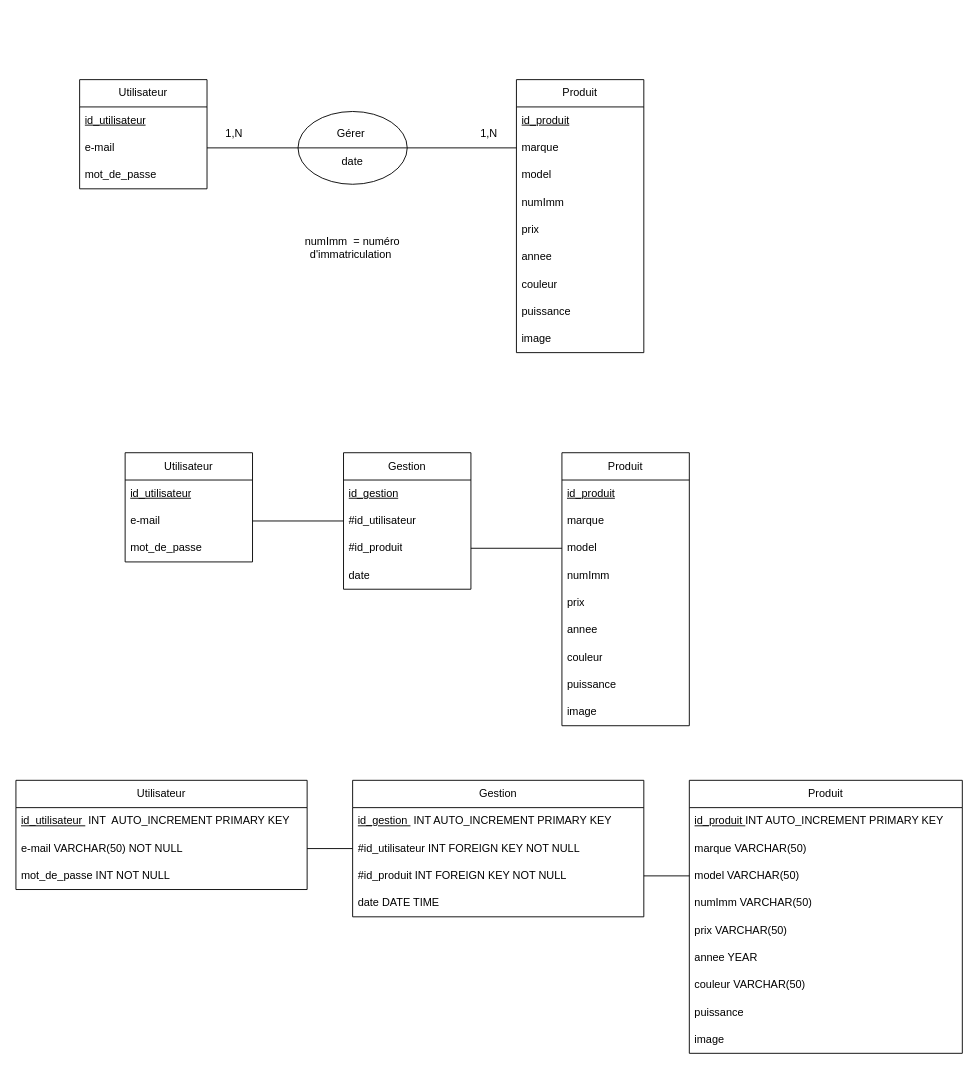
Above: Untitled Diagram.drawio in McleanServices/TROK-AN-NOU-FLUTTER (draw.io), before the change. Source tidied: cells renumbered, new cells numbered last; positions are measured from the earlier drawing's top-left corner, leaving out a move shared by most shapes. Both pictures are drawn from the tidied source at 91%, with x=0, y=0 at pixel (15, 79).
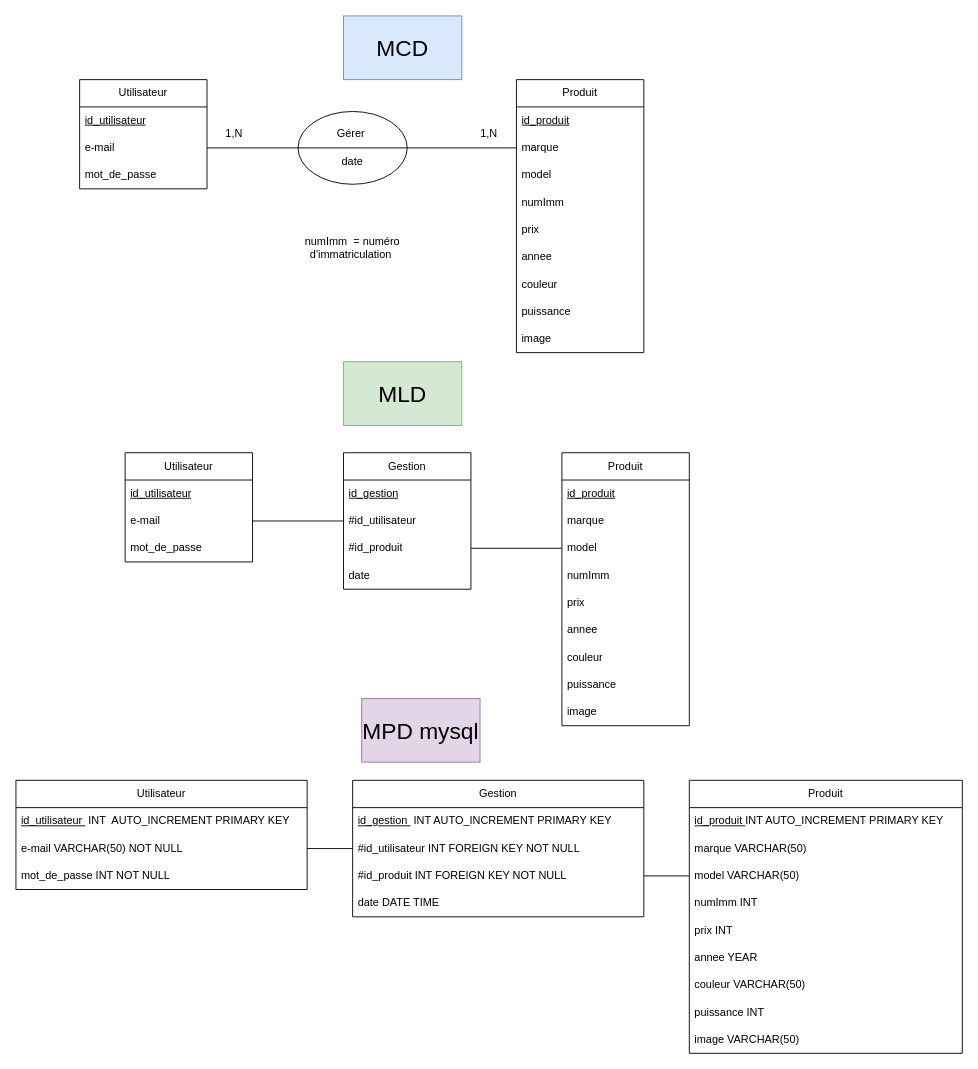
After the change.

The change refers to these unchanged cells:
```xml
<mxCell id="49" value="Produit" style="swimlane;fontStyle=0;horizontal=1;startSize=30;whiteSpace=wrap;html=1;" parent="1" vertex="1">
  <mxGeometry x="740" y="770" width="300" height="300" as="geometry" />
</mxCell>
```

Change to the diagram source:
```diff
@@
-    <mxCell id="53" value="numImm VARCHAR(50)" style="text;strokeColor=none;fillColor=none;align=left;verticalAlign=middle;spacingLeft=4;spacingRight=4;overflow=hidden;whiteSpace=wrap;html=1;" parent="49" vertex="1">
+    <mxCell id="53" value="numImm INT" style="text;strokeColor=none;fillColor=none;align=left;verticalAlign=middle;spacingLeft=4;spacingRight=4;overflow=hidden;whiteSpace=wrap;html=1;" parent="49" vertex="1">
       <mxGeometry y="120" width="300" height="30" as="geometry" />
     </mxCell>
-    <mxCell id="54" value="prix VARCHAR(50)" style="text;strokeColor=none;fillColor=none;align=left;verticalAlign=middle;spacingLeft=4;spacingRight=4;overflow=hidden;whiteSpace=wrap;html=1;" parent="49" vertex="1">
+    <mxCell id="54" value="prix INT" style="text;strokeColor=none;fillColor=none;align=left;verticalAlign=middle;spacingLeft=4;spacingRight=4;overflow=hidden;whiteSpace=wrap;html=1;" parent="49" vertex="1">
       <mxGeometry y="150" width="300" height="30" as="geometry" />
     </mxCell>
@@
-    <mxCell id="57" value="puissance" style="text;strokeColor=none;fillColor=none;align=left;verticalAlign=middle;spacingLeft=4;spacingRight=4;overflow=hidden;whiteSpace=wrap;html=1;" parent="49" vertex="1">
+    <mxCell id="57" value="puissance INT" style="text;strokeColor=none;fillColor=none;align=left;verticalAlign=middle;spacingLeft=4;spacingRight=4;overflow=hidden;whiteSpace=wrap;html=1;" parent="49" vertex="1">
       <mxGeometry y="240" width="300" height="30" as="geometry" />
     </mxCell>
-    <mxCell id="58" value="image" style="text;strokeColor=none;fillColor=none;align=left;verticalAlign=middle;spacingLeft=4;spacingRight=4;overflow=hidden;whiteSpace=wrap;html=1;" parent="49" vertex="1">
+    <mxCell id="58" value="image VARCHAR(50)" style="text;strokeColor=none;fillColor=none;align=left;verticalAlign=middle;spacingLeft=4;spacingRight=4;overflow=hidden;whiteSpace=wrap;html=1;" parent="49" vertex="1">
       <mxGeometry y="270" width="300" height="30" as="geometry" />
     </mxCell>
@@
+    <mxCell id="66" value="MCD" style="text;html=1;align=center;verticalAlign=middle;whiteSpace=wrap;rounded=0;fillColor=#dae8fc;strokeColor=#6c8ebf;fontSize=25;" parent="1" vertex="1">
+      <mxGeometry x="360" y="-70" width="130" height="70" as="geometry" />
+    </mxCell>
+    <mxCell id="67" value="MLD" style="text;html=1;align=center;verticalAlign=middle;whiteSpace=wrap;rounded=0;fillColor=#d5e8d4;strokeColor=#82b366;fontSize=25;" parent="1" vertex="1">
+      <mxGeometry x="360" y="310" width="130" height="70" as="geometry" />
+    </mxCell>
+    <mxCell id="68" value="MPD mysql" style="text;html=1;align=center;verticalAlign=middle;whiteSpace=wrap;rounded=0;fillColor=#e1d5e7;strokeColor=#9673a6;fontSize=25;" parent="1" vertex="1">
+      <mxGeometry x="380" y="680" width="130" height="70" as="geometry" />
+    </mxCell>
```
